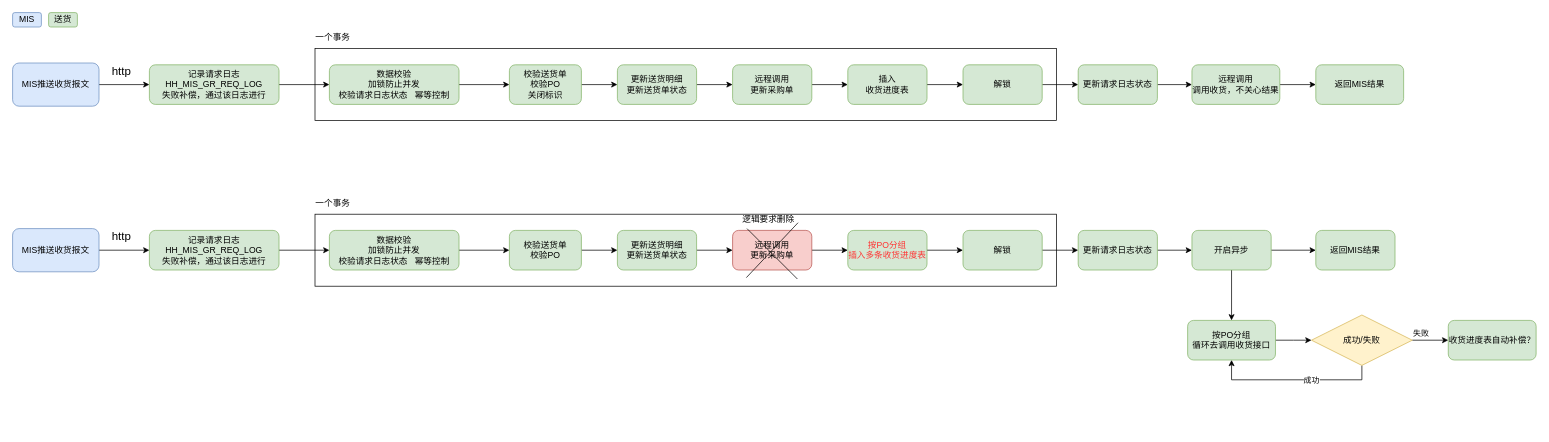
Earlier version of the draw.io diagram MIS收货.drawio (S0Louis/drowio). Source tidied: cells renumbered, new cells numbered last; positions are measured from the earlier drawing's top-left corner, leaving out a move shared by most shapes. Both pictures are drawn from the tidied source at 72%, with x=0, y=0 at pixel (12, 12).
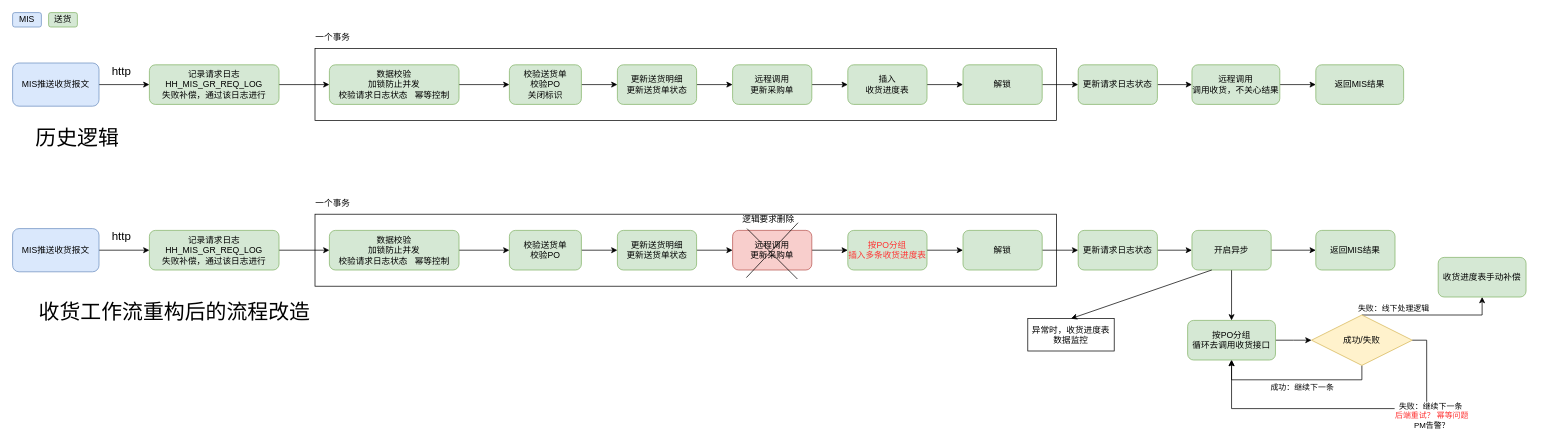
After the change.

The change refers to these unchanged cells:
```xml
<mxCell id="52" value="按PO分组&lt;div&gt;&lt;/div&gt;&lt;div&gt;循环去调用收货接口&lt;/div&gt;" style="rounded=1;whiteSpace=wrap;html=1;fillColor=#d5e8d4;strokeColor=#82b366;" parent="1" vertex="1">
  <mxGeometry x="1632" y="427.5" width="122" height="55" as="geometry" />
</mxCell>
<mxCell id="55" style="edgeStyle=orthogonalEdgeStyle;rounded=0;jettySize=auto;html=1;entryX=0.5;entryY=1;entryDx=0;entryDy=0;exitX=0.5;exitY=1;exitDx=0;exitDy=0;" parent="1" edge="1" source="57" target="52">
  <mxGeometry relative="1" as="geometry" />
</mxCell>
<mxCell id="57" value="成功/失败" style="rhombus;whiteSpace=wrap;html=1;fillColor=#fff2cc;strokeColor=#d6b656;" parent="1" vertex="1">
  <mxGeometry x="1804" y="420" width="140" height="70" as="geometry" />
</mxCell>
<mxCell id="61" value="开启异步" style="rounded=1;whiteSpace=wrap;html=1;fillColor=#d5e8d4;strokeColor=#82b366;" parent="1" vertex="1">
  <mxGeometry x="1638" y="302.5" width="110" height="55" as="geometry" />
</mxCell>
```

What changed in the source:
```diff
@@
     <mxCell id="53" style="edgeStyle=orthogonalEdgeStyle;rounded=0;jettySize=auto;html=1;" parent="1" edge="1" source="57" target="58">
-      <mxGeometry relative="1" as="geometry" />
+      <mxGeometry relative="1" as="geometry">
+        <Array as="points">
+          <mxPoint x="2041" y="420" />
+        </Array>
+      </mxGeometry>
     </mxCell>
-    <mxCell id="54" value="失败" style="edgeLabel;html=1;align=center;verticalAlign=middle;" parent="53" vertex="1">
+    <mxCell id="54" value="失败：线下处理逻辑" style="edgeLabel;html=1;align=center;verticalAlign=middle;" parent="53" vertex="1">
       <mxGeometry x="-0.55" relative="1" as="geometry">
         <mxPoint y="-10" as="offset" />
       </mxGeometry>
     </mxCell>
@@
-    <mxCell id="56" value="成功" style="edgeLabel;html=1;align=center;verticalAlign=middle;" parent="55" vertex="1">
-      <mxGeometry x="-0.2" relative="1" as="geometry" />
+    <mxCell id="56" value="成功：继续下一条" style="edgeLabel;html=1;align=center;verticalAlign=middle;" parent="55" vertex="1">
+      <mxGeometry x="-0.2" relative="1" as="geometry">
+        <mxPoint x="-13" y="10" as="offset" />
+      </mxGeometry>
     </mxCell>
@@
-    <mxCell id="58" value="收货进度表自动补偿？" style="rounded=1;whiteSpace=wrap;html=1;fillColor=#d5e8d4;strokeColor=#82b366;" parent="1" vertex="1">
-      <mxGeometry x="1994" y="427.5" width="122" height="55" as="geometry" />
+    <mxCell id="58" value="收货进度表手动补偿" style="rounded=1;whiteSpace=wrap;html=1;fillColor=#d5e8d4;strokeColor=#82b366;" parent="1" vertex="1">
+      <mxGeometry x="1980" y="340" width="122" height="55" as="geometry" />
     </mxCell>
@@
+    <mxCell id="64" value="历史逻辑" style="text;html=1;align=center;verticalAlign=middle;whiteSpace=wrap;rounded=0;fontSize=29;" parent="1" vertex="1">
+      <mxGeometry y="160" width="180" height="30" as="geometry" />
+    </mxCell>
+    <mxCell id="65" value="收货工作流重构后的流程改造" style="text;html=1;align=center;verticalAlign=middle;whiteSpace=wrap;rounded=0;fontSize=29;" parent="1" vertex="1">
+      <mxGeometry x="10" y="400.5" width="430" height="30" as="geometry" />
+    </mxCell>
+    <mxCell id="66" style="edgeStyle=orthogonalEdgeStyle;rounded=0;jettySize=auto;html=1;exitX=1;exitY=0.5;exitDx=0;exitDy=0;entryX=0.5;entryY=1;entryDx=0;entryDy=0;" parent="1" edge="1" source="57" target="52">
+      <mxGeometry relative="1" as="geometry">
+        <Array as="points">
+          <mxPoint x="1964" y="455" />
+          <mxPoint x="1964" y="550" />
+          <mxPoint x="1693" y="550" />
+        </Array>
+      </mxGeometry>
+    </mxCell>
+    <mxCell id="67" value="失败：继续下一条&amp;nbsp;&lt;div&gt;&lt;font color=&quot;#ff3333&quot;&gt;后端重试？ 幂等问题&lt;/font&gt;&lt;/div&gt;&lt;div&gt;PM告警？&lt;/div&gt;" style="edgeLabel;html=1;align=center;verticalAlign=middle;" parent="66" vertex="1">
+      <mxGeometry x="-0.55" relative="1" as="geometry">
+        <mxPoint x="6" y="22" as="offset" />
+      </mxGeometry>
+    </mxCell>
+    <mxCell id="68" value="异常时，收货进度表数据监控" style="rounded=0;whiteSpace=wrap;html=1;" parent="1" vertex="1">
+      <mxGeometry x="1410" y="425" width="120" height="45" as="geometry" />
+    </mxCell>
+    <mxCell id="69" style="endArrow=classic;html=1;rounded=0;entryX=0.5;entryY=0;entryDx=0;entryDy=0;exitX=0.25;exitY=1;exitDx=0;exitDy=0;" parent="1" edge="1" source="61" target="68">
+      <mxGeometry relative="1" as="geometry" />
+    </mxCell>
```
